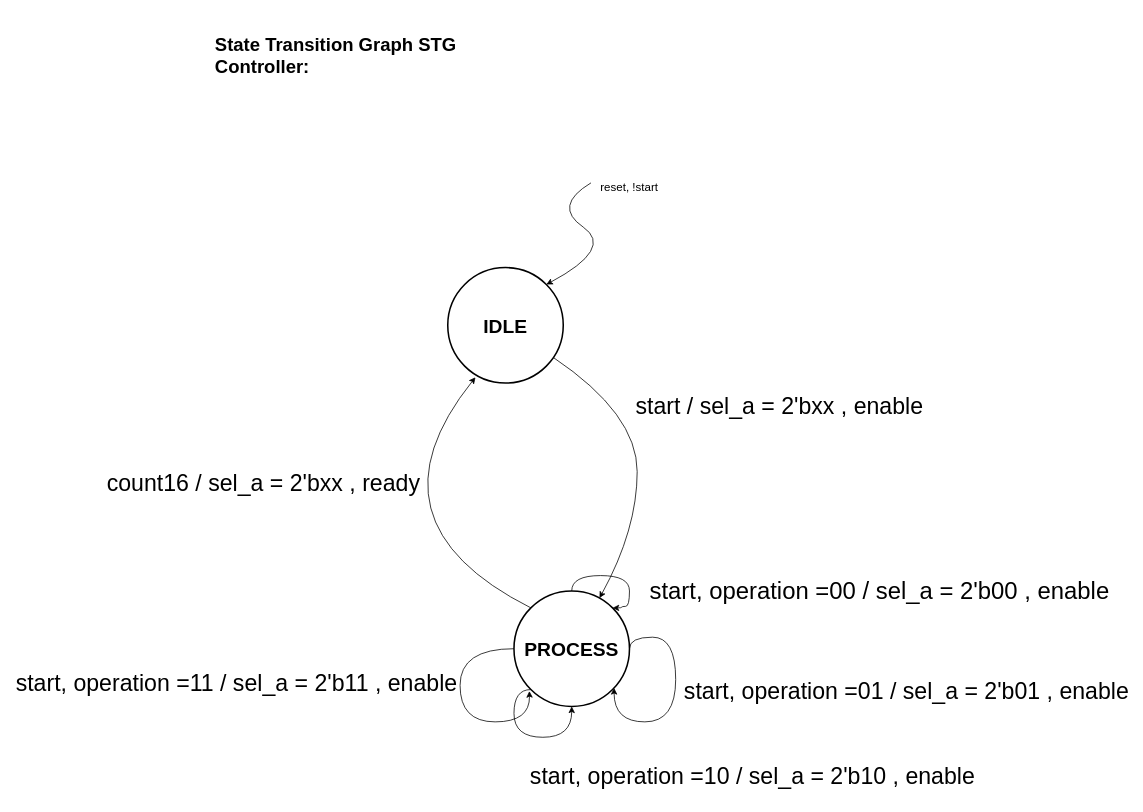
medsuet/Xcelerium-IC-Design-Training keeps this draw.io diagram as Nasir/docs/Controller.drawio. Above is the earlier version. Source tidied: cells renumbered, new cells numbered last; positions are measured from the earlier drawing's top-left corner, leaving out a move shared by most shapes. Both pictures are drawn from the tidied source at 77%, with x=0, y=0 at pixel (13, 28).
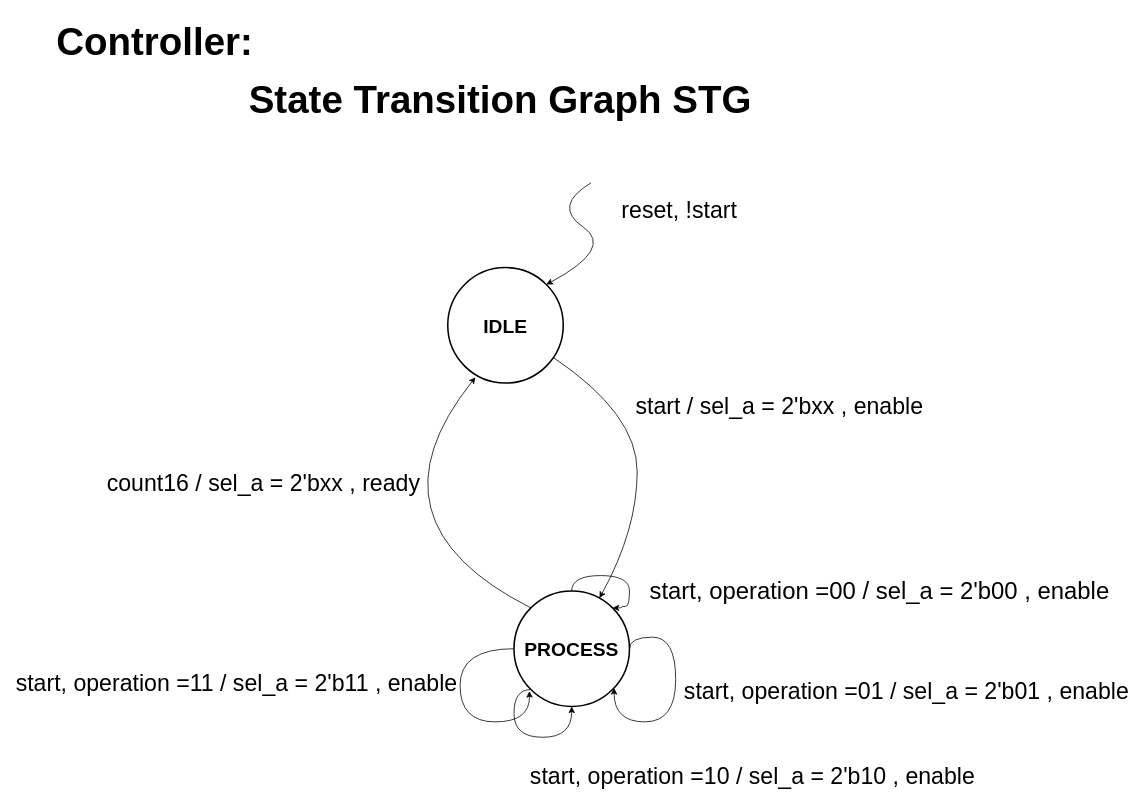
The same page after the edit.

Change to the diagram source:
```diff
@@
-    <mxCell id="2" value="&lt;h1 style=&quot;margin-top: 0px;&quot;&gt;&lt;span style=&quot;background-color: initial; font-size: 24px;&quot;&gt;State Transition Graph STG Controller:&lt;/span&gt;&lt;br&gt;&lt;/h1&gt;" style="text;html=1;whiteSpace=wrap;overflow=hidden;rounded=0;" parent="1" vertex="1">
-      <mxGeometry x="260" width="320" height="120" as="geometry" />
+    <mxCell id="2" value="&lt;h1 style=&quot;margin-top: 0px;&quot;&gt;&lt;span style=&quot;background-color: initial;&quot;&gt;&lt;font style=&quot;font-size: 50px;&quot;&gt;&amp;nbsp;Controller:&lt;/font&gt;&lt;/span&gt;&lt;br&gt;&lt;/h1&gt;&lt;div&gt;&lt;span style=&quot;background-color: initial;&quot;&gt;&lt;font style=&quot;font-size: 50px;&quot;&gt;&lt;span style=&quot;white-space: pre;&quot;&gt;&#9;&lt;/span&gt;&lt;span style=&quot;white-space: pre;&quot;&gt;&#9;&lt;/span&gt;&amp;nbsp; &amp;nbsp;&lt;/font&gt;&lt;/span&gt;&lt;span style=&quot;font-size: 50px; background-color: initial;&quot;&gt;&lt;b&gt;State Transition Graph STG&lt;/b&gt;&lt;/span&gt;&lt;/div&gt;" style="text;html=1;whiteSpace=wrap;overflow=hidden;rounded=0;" parent="1" vertex="1">
+      <mxGeometry x="40" y="-20" width="1050" height="310" as="geometry" />
     </mxCell>
@@
-    <mxCell id="10" value="&lt;font style=&quot;font-size: 15px;&quot;&gt;reset, !start&lt;/font&gt;" style="text;html=1;align=center;verticalAlign=middle;whiteSpace=wrap;rounded=0;" parent="1" vertex="1">
-      <mxGeometry x="750" y="190" width="100" height="30" as="geometry" />
+    <mxCell id="10" value="&lt;font style=&quot;font-size: 30px;&quot;&gt;reset, !start&lt;/font&gt;" style="text;html=1;align=center;verticalAlign=middle;whiteSpace=wrap;rounded=0;" parent="1" vertex="1">
+      <mxGeometry x="750" y="220" width="230" height="30" as="geometry" />
     </mxCell>
```
